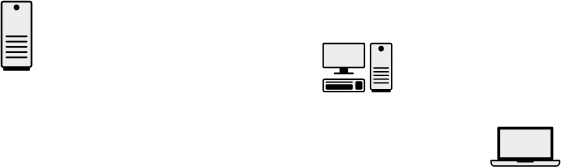
Above: Cópia do Diagrama sem nome.drawio.svg in nobrecavalcante/Libra (draw.io), before the change. Source tidied: cells renumbered, new cells last; positions are measured from the earlier drawing's top-left corner, leaving out a move shared by most shapes. Its diagram source:
```xml
<mxGraphModel>
  <root>
    <mxCell id="0" />
    <mxCell id="1" parent="0" />
    <mxCell id="2" style="shape=mxgraph.networks2.icon;fillColor=#EDEDED;strokeColor=#000000;gradientColor=#5B6163;network2IconShadow=1;network2bgFillColor=none;labelPosition=center;verticalLabelPosition=bottom;align=center;verticalAlign=top;network2Icon=mxgraph.networks2.laptop;network2IconW=1;network2IconH=0.5734;" parent="1" vertex="1">
      <mxGeometry x="350" y="90" width="50" height="28.7" as="geometry" />
    </mxCell>
    <mxCell id="3" style="shape=mxgraph.networks2.icon;fillColor=#EDEDED;strokeColor=#000000;gradientColor=#5B6163;network2IconShadow=1;network2bgFillColor=none;labelPosition=center;verticalLabelPosition=bottom;align=center;verticalAlign=top;network2Icon=mxgraph.networks2.pc;network2IconYOffset=-0.0593;network2IconW=0.9999;network2IconH=0.7096;" parent="1" vertex="1">
      <mxGeometry x="230" y="30" width="50" height="35.5" as="geometry" />
    </mxCell>
    <mxCell id="4" style="shape=mxgraph.networks2.icon;fillColor=#EDEDED;strokeColor=#000000;gradientColor=#5B6163;network2IconShadow=1;network2bgFillColor=none;labelPosition=center;verticalLabelPosition=bottom;align=center;verticalAlign=top;network2Icon=mxgraph.networks2.desktop_pc;network2IconXOffset=-0.0034;network2IconYOffset=0.00035;network2IconW=0.453;network2IconH=0.9995;" parent="1" vertex="1">
      <mxGeometry width="22.7" height="50" as="geometry" />
    </mxCell>
  </root>
</mxGraphModel>
```
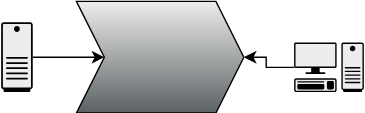
After the commit.

The edit, as a diff of the source:
```diff
@@ -2,14 +2,20 @@
   <root>
     <mxCell id="0" />
     <mxCell id="1" parent="0" />
-    <mxCell id="2" style="shape=mxgraph.networks2.icon;fillColor=#EDEDED;strokeColor=#000000;gradientColor=#5B6163;network2IconShadow=1;network2bgFillColor=none;labelPosition=center;verticalLabelPosition=bottom;align=center;verticalAlign=top;network2Icon=mxgraph.networks2.laptop;network2IconW=1;network2IconH=0.5734;" parent="1" vertex="1">
-      <mxGeometry x="350" y="90" width="50" height="28.7" as="geometry" />
-    </mxCell>
+    <mxCell id="5" style="edgeStyle=orthogonalEdgeStyle;rounded=0;jettySize=auto;html=1;" parent="1" edge="1" source="3" target="7">
+      <mxGeometry relative="1" as="geometry" />
+    </mxCell>
     <mxCell id="3" style="shape=mxgraph.networks2.icon;fillColor=#EDEDED;strokeColor=#000000;gradientColor=#5B6163;network2IconShadow=1;network2bgFillColor=none;labelPosition=center;verticalLabelPosition=bottom;align=center;verticalAlign=top;network2Icon=mxgraph.networks2.pc;network2IconYOffset=-0.0593;network2IconW=0.9999;network2IconH=0.7096;" parent="1" vertex="1">
       <mxGeometry x="230" y="30" width="50" height="35.5" as="geometry" />
     </mxCell>
+    <mxCell id="6" style="edgeStyle=orthogonalEdgeStyle;rounded=0;jettySize=auto;html=1;" parent="1" edge="1" source="4" target="7">
+      <mxGeometry relative="1" as="geometry" />
+    </mxCell>
     <mxCell id="4" style="shape=mxgraph.networks2.icon;fillColor=#EDEDED;strokeColor=#000000;gradientColor=#5B6163;network2IconShadow=1;network2bgFillColor=none;labelPosition=center;verticalLabelPosition=bottom;align=center;verticalAlign=top;network2Icon=mxgraph.networks2.desktop_pc;network2IconXOffset=-0.0034;network2IconYOffset=0.00035;network2IconW=0.453;network2IconH=0.9995;" parent="1" vertex="1">
-      <mxGeometry width="22.7" height="50" as="geometry" />
+      <mxGeometry x="20" y="15.5" width="22.7" height="50" as="geometry" />
     </mxCell>
+    <mxCell id="7" style="shape=step;perimeter=stepPerimeter;whiteSpace=wrap;html=1;fixedSize=1;verticalAlign=top;fillColor=#EDEDED;strokeColor=#000000;gradientColor=#5B6163;" parent="1" vertex="1">
+      <mxGeometry x="74" y="0.5" width="120" height="80" as="geometry" />
+    </mxCell>
   </root>
 </mxGraphModel>
```
